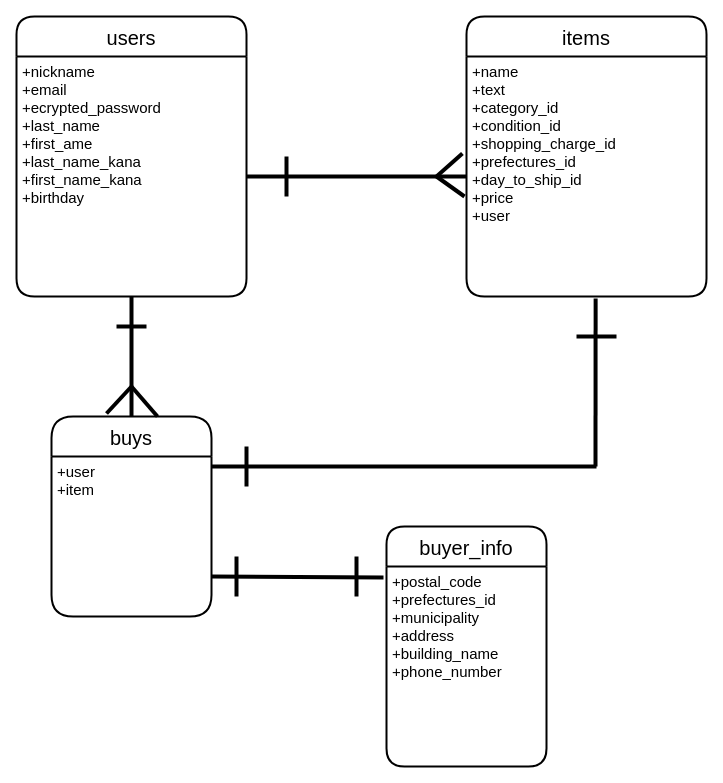
Above: furima.dio in tnakamura0314/furima-34460 (draw.io), before the change. Source tidied: cells renumbered, new cells numbered last; positions are measured from the earlier drawing's top-left corner, leaving out a move shared by most shapes. Both pictures are drawn from the tidied source at 100%, with x=0, y=0 at pixel (16, 16).
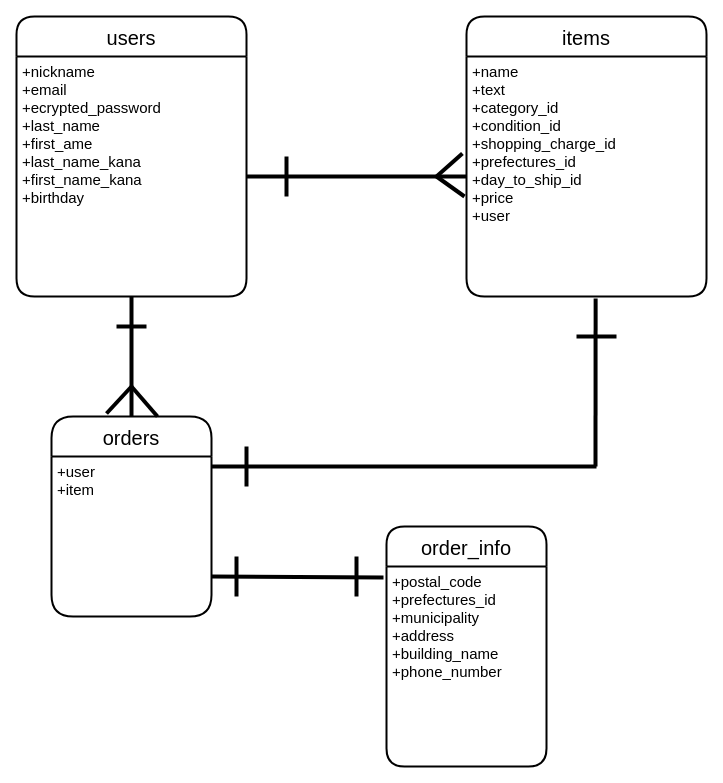
Above is the later version.

What changed in the source:
```diff
@@
-    <mxCell id="6" value="buys" style="swimlane;horizontal=1;startSize=40;rounded=1;fontSize=20;fontStyle=0;strokeWidth=2;shadow=0;dashed=0;align=center;arcSize=18;" parent="1" vertex="1">
+    <mxCell id="6" value="orders" style="swimlane;horizontal=1;startSize=40;rounded=1;fontSize=20;fontStyle=0;strokeWidth=2;shadow=0;dashed=0;align=center;arcSize=18;" parent="1" vertex="1">
       <mxGeometry x="35" y="400" width="160" height="200" as="geometry" />
     </mxCell>
@@
-    <mxCell id="8" value="buyer_info" style="swimlane;horizontal=1;startSize=40;rounded=1;fontSize=20;fontStyle=0;strokeWidth=2;shadow=0;dashed=0;align=center;" parent="1" vertex="1">
+    <mxCell id="8" value="order_info" style="swimlane;horizontal=1;startSize=40;rounded=1;fontSize=20;fontStyle=0;strokeWidth=2;shadow=0;dashed=0;align=center;" parent="1" vertex="1">
       <mxGeometry x="370" y="510" width="160" height="240" as="geometry" />
     </mxCell>
```
